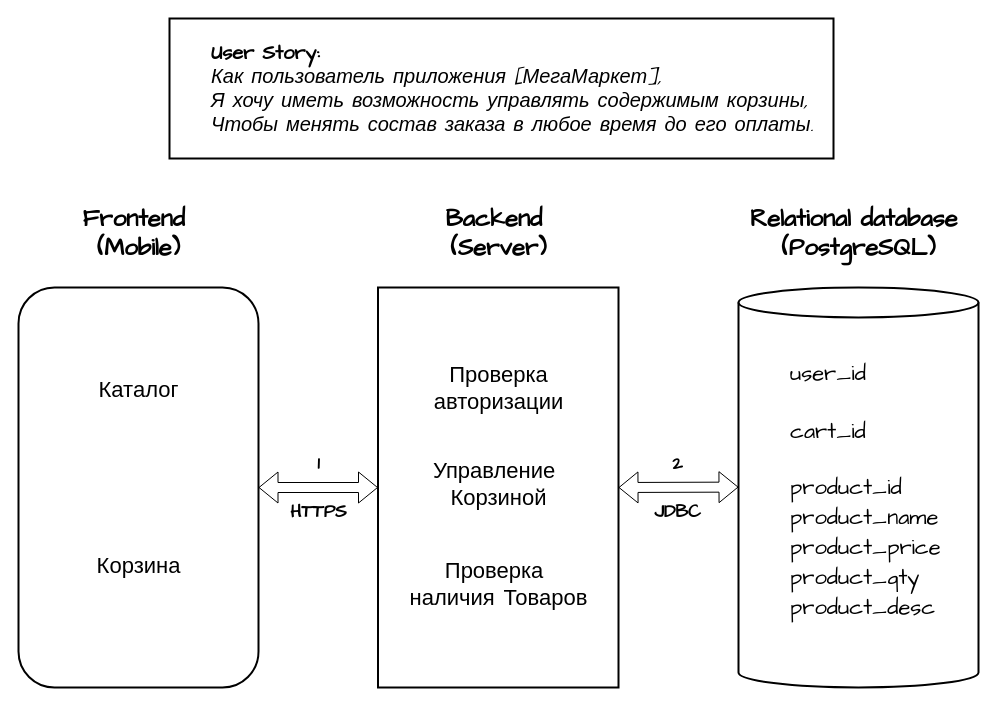
Above: Ryabtsev_Alexander/Source/T05_Architecture.drawio in abdullahproff/BSA21_1 (draw.io), before the change. Source tidied: cells renumbered, new cells numbered last; positions are measured from the earlier drawing's top-left corner, leaving out a move shared by most shapes. Both pictures are drawn from the tidied source at 100%, with x=0, y=0 at pixel (18, 18).
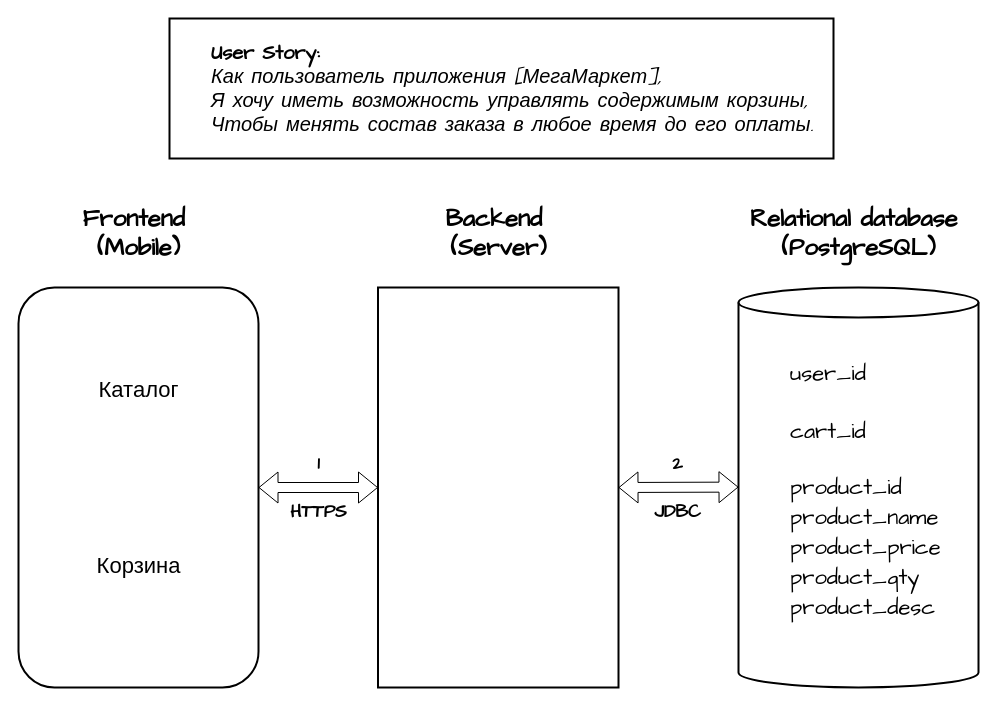
The same page after the edit.

Commit message:
This commit removes functions from backend

Diff of the diagram source:
```diff
@@
-    <mxCell id="15" value="Проверка &lt;br style=&quot;font-size: 22px;&quot;&gt;&lt;div style=&quot;font-size: 22px;&quot;&gt;авторизации&lt;/div&gt;" style="text;html=1;align=center;verticalAlign=middle;strokeColor=none;fillColor=none;fontFamily=Comic Sans MS;fontSize=22;fontStyle=0;" parent="1" vertex="1">
-      <mxGeometry x="399.8" y="336" width="160" height="70" as="geometry" />
-    </mxCell>
-    <mxCell id="16" value="Проверка&amp;nbsp;&lt;br style=&quot;font-size: 22px;&quot;&gt;&lt;span style=&quot;background-color: initial; font-size: 22px;&quot;&gt;наличия&amp;nbsp;&lt;/span&gt;&lt;span style=&quot;background-color: initial; font-size: 22px;&quot;&gt;Товаров&lt;/span&gt;" style="text;html=1;align=center;verticalAlign=middle;strokeColor=none;fillColor=none;fontFamily=Comic Sans MS;fontSize=22;fontStyle=0;" parent="1" vertex="1">
-      <mxGeometry x="379.8" y="532" width="200" height="70" as="geometry" />
-    </mxCell>
-    <mxCell id="17" value="Управление&amp;nbsp;&lt;br style=&quot;font-size: 22px;&quot;&gt;Корзиной" style="text;html=1;align=center;verticalAlign=middle;strokeColor=none;fillColor=none;fontFamily=Comic Sans MS;fontSize=22;fontStyle=0;" parent="1" vertex="1">
-      <mxGeometry x="399.8" y="432" width="160" height="70" as="geometry" />
-    </mxCell>
```
